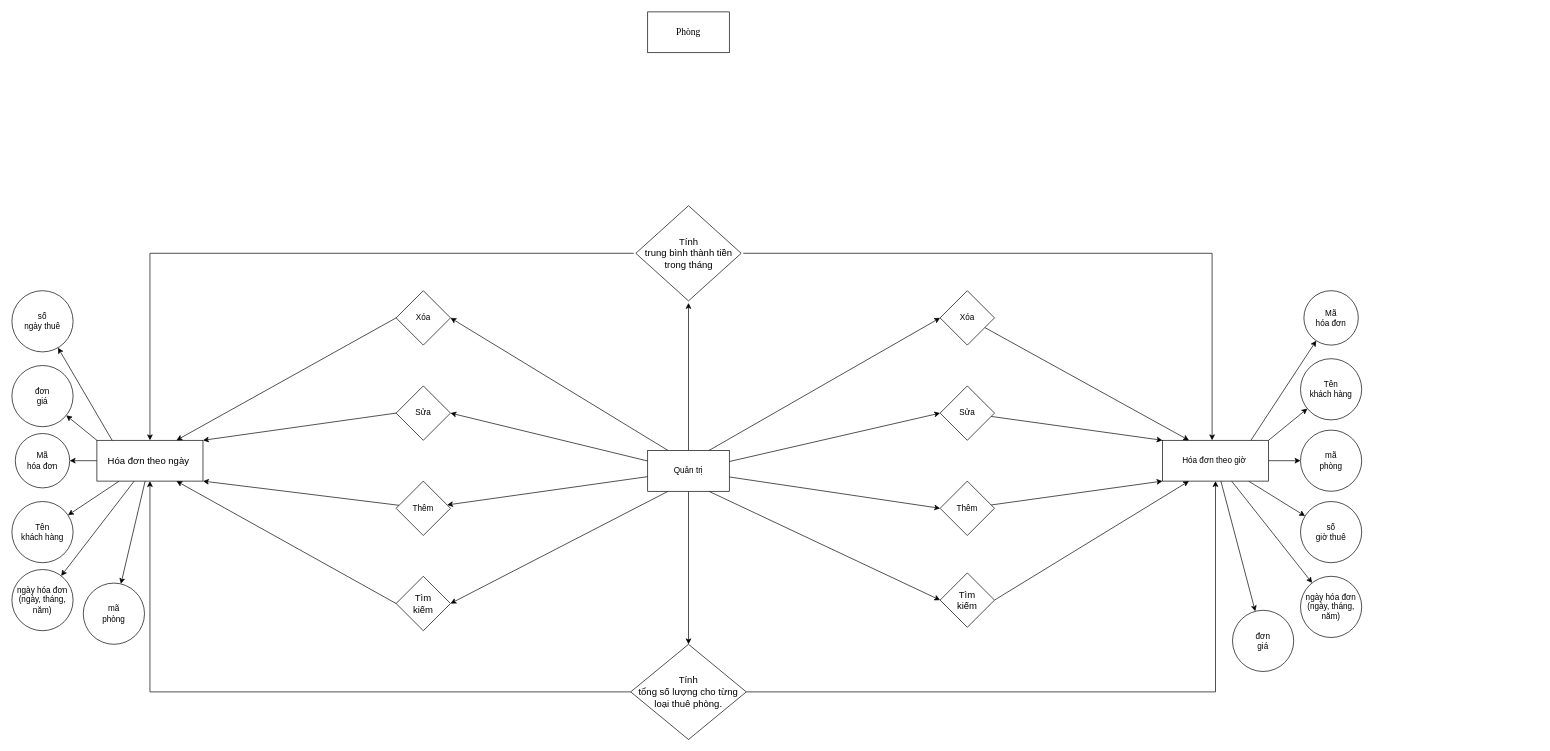
The draw.io diagram page "Page-1" (1 of 2) of Phan-tich-yeu-cau/erd.drawio in longvo00221/quan-ly-khach-san, before the edit. Source tidied: cells renumbered, new cells numbered last; positions are measured from the earlier drawing's top-left corner, leaving out a move shared by most shapes. Both pictures are drawn from the tidied source at 68%, with x=0, y=0 at pixel (12, 12).
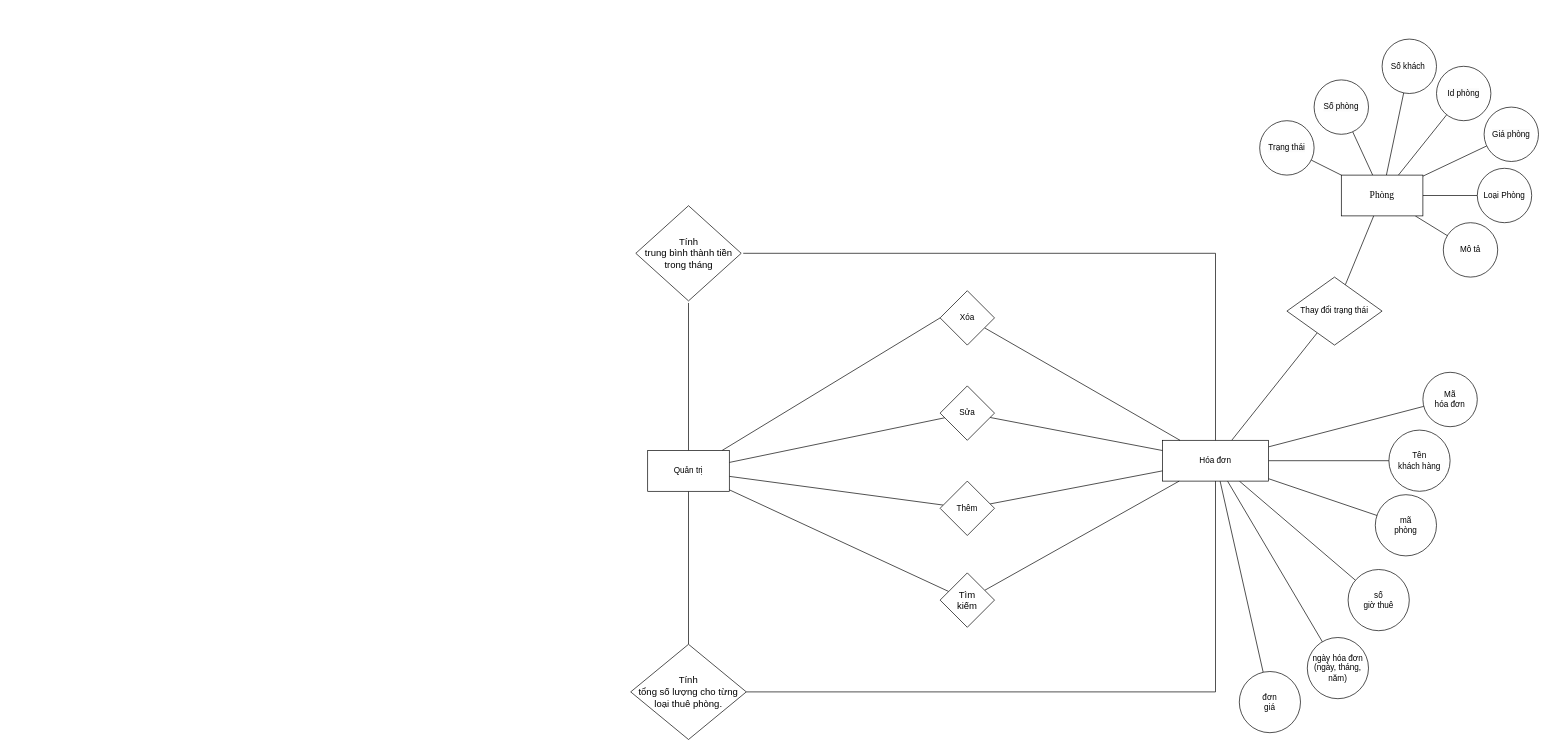
After the change.

Unchanged cells that the change refers to:
```xml
<mxCell id="38" value="Quản trị" style="rounded=0;whiteSpace=wrap;html=1;" parent="1" vertex="1">
  <mxGeometry x="935" y="645" width="120" height="60" as="geometry" />
</mxCell>
<mxCell id="49" value="&lt;font style=&quot;font-size: 14px;&quot;&gt;Tính&lt;br&gt;tổng số lượng cho từng loại thuê phòng.&lt;/font&gt;" style="rhombus;whiteSpace=wrap;html=1;" parent="1" vertex="1">
  <mxGeometry x="910" y="930" width="170" height="140" as="geometry" />
</mxCell>
<mxCell id="51" value="Thêm" style="rhombus;whiteSpace=wrap;html=1;" parent="1" vertex="1">
  <mxGeometry x="1365" y="690" width="80" height="80" as="geometry" />
</mxCell>
<mxCell id="53" value="Xóa" style="rhombus;whiteSpace=wrap;html=1;" parent="1" vertex="1">
  <mxGeometry x="1365" y="410" width="80" height="80" as="geometry" />
</mxCell>
<mxCell id="55" value="Sửa" style="rhombus;whiteSpace=wrap;html=1;" parent="1" vertex="1">
  <mxGeometry x="1365" y="550" width="80" height="80" as="geometry" />
</mxCell>
<mxCell id="57" value="&lt;font style=&quot;font-size: 14px;&quot;&gt;Tìm&lt;br&gt;kiếm&lt;/font&gt;" style="rhombus;whiteSpace=wrap;html=1;" parent="1" vertex="1">
  <mxGeometry x="1365" y="825" width="80" height="80" as="geometry" />
</mxCell>
<mxCell id="60" value="&lt;div style=&quot;&quot;&gt;&lt;span style=&quot;font-size: 14px; background-color: initial;&quot;&gt;Tính&lt;/span&gt;&lt;/div&gt;&lt;font style=&quot;font-size: 14px;&quot;&gt;&lt;div style=&quot;&quot;&gt;&lt;span style=&quot;background-color: initial;&quot;&gt;trung bình thành tiền trong tháng&lt;/span&gt;&lt;/div&gt;&lt;/font&gt;" style="rhombus;whiteSpace=wrap;html=1;perimeterSpacing=3;align=center;" parent="1" vertex="1">
  <mxGeometry x="917.5" y="285" width="155" height="140" as="geometry" />
</mxCell>
```

Diff of the diagram source:
```diff
@@
-    <mxCell id="2" style="rounded=0;jettySize=auto;html=1;" parent="1" edge="1" source="8" target="10">
-      <mxGeometry relative="1" as="geometry" />
-    </mxCell>
-    <mxCell id="3" style="rounded=0;jettySize=auto;html=1;exitX=0;exitY=0;exitDx=0;exitDy=0;" parent="1" edge="1" source="8" target="13">
-      <mxGeometry relative="1" as="geometry" />
-    </mxCell>
-    <mxCell id="4" style="rounded=0;jettySize=auto;html=1;exitX=0;exitY=0.5;exitDx=0;exitDy=0;" parent="1" edge="1" source="8" target="9">
-      <mxGeometry relative="1" as="geometry" />
-    </mxCell>
-    <mxCell id="5" style="rounded=0;jettySize=auto;html=1;" parent="1" edge="1" source="8" target="11">
-      <mxGeometry relative="1" as="geometry" />
-    </mxCell>
-    <mxCell id="6" style="rounded=0;jettySize=auto;html=1;" parent="1" edge="1" source="8" target="12">
-      <mxGeometry relative="1" as="geometry" />
-    </mxCell>
-    <mxCell id="7" style="rounded=0;jettySize=auto;html=1;exitX=0.15;exitY=0.028;exitDx=0;exitDy=0;exitPerimeter=0;" parent="1" edge="1" source="8" target="26">
-      <mxGeometry relative="1" as="geometry" />
-    </mxCell>
-    <mxCell id="8" value="&lt;font style=&quot;font-size: 14px;&quot;&gt;Hóa đơn theo ngày&amp;nbsp;&lt;/font&gt;" style="rounded=0;whiteSpace=wrap;html=1;" parent="1" vertex="1">
-      <mxGeometry x="125" y="630" width="156" height="60" as="geometry" />
-    </mxCell>
-    <mxCell id="9" value="Mã&lt;br/&gt;hóa đơn" style="ellipse;whiteSpace=wrap;html=1;" parent="1" vertex="1">
-      <mxGeometry x="5" y="620" width="80" height="80" as="geometry" />
-    </mxCell>
-    <mxCell id="10" value="ngày hóa đơn (ngày, tháng, năm)" style="ellipse;whiteSpace=wrap;html=1;" parent="1" vertex="1">
-      <mxGeometry y="820" width="90" height="90" as="geometry" />
-    </mxCell>
-    <mxCell id="11" value="Tên&lt;br/&gt;khách hàng" style="ellipse;whiteSpace=wrap;html=1;" parent="1" vertex="1">
-      <mxGeometry y="720" width="90" height="90" as="geometry" />
-    </mxCell>
-    <mxCell id="12" value="mã&lt;br/&gt;phòng" style="ellipse;whiteSpace=wrap;html=1;" parent="1" vertex="1">
-      <mxGeometry x="105" y="840" width="90" height="90" as="geometry" />
-    </mxCell>
-    <mxCell id="13" value="đơn&lt;br/&gt;giá" style="ellipse;whiteSpace=wrap;html=1;" parent="1" vertex="1">
-      <mxGeometry y="520" width="90" height="90" as="geometry" />
-    </mxCell>
-    <mxCell id="14" style="rounded=0;jettySize=auto;html=1;" parent="1" edge="1" source="20" target="22">
-      <mxGeometry relative="1" as="geometry" />
-    </mxCell>
-    <mxCell id="15" style="rounded=0;jettySize=auto;html=1;" parent="1" edge="1" source="20" target="25">
-      <mxGeometry relative="1" as="geometry" />
-    </mxCell>
+    <mxCell id="62" style="edgeStyle=none;rounded=0;jettySize=auto;html=1;endArrow=none;endFill=0;" parent="1" edge="1" source="20" target="71">
+      <mxGeometry relative="1" as="geometry" />
+    </mxCell>
-    <mxCell id="16" style="rounded=0;jettySize=auto;html=1;exitX=0.827;exitY=0.028;exitDx=0;exitDy=0;exitPerimeter=0;" parent="1" edge="1" source="20" target="21">
+    <mxCell id="16" style="edgeStyle=none;rounded=0;jettySize=auto;html=1;endArrow=none;endFill=0;" parent="1" edge="1" source="20" target="21">
       <mxGeometry relative="1" as="geometry" />
     </mxCell>
-    <mxCell id="17" style="rounded=0;jettySize=auto;html=1;exitX=1;exitY=0;exitDx=0;exitDy=0;" parent="1" edge="1" source="20" target="23">
+    <mxCell id="17" style="edgeStyle=none;rounded=0;jettySize=auto;html=1;endArrow=none;endFill=0;" parent="1" edge="1" source="20" target="23">
       <mxGeometry relative="1" as="geometry" />
     </mxCell>
-    <mxCell id="18" style="rounded=0;jettySize=auto;html=1;" parent="1" edge="1" source="20" target="24">
+    <mxCell id="18" style="edgeStyle=none;rounded=0;jettySize=auto;html=1;endArrow=none;endFill=0;" parent="1" edge="1" source="20" target="24">
       <mxGeometry relative="1" as="geometry" />
     </mxCell>
-    <mxCell id="19" style="rounded=0;jettySize=auto;html=1;" parent="1" edge="1" source="20" target="27">
+    <mxCell id="19" style="edgeStyle=none;rounded=0;jettySize=auto;html=1;endArrow=none;endFill=0;" parent="1" edge="1" source="20" target="27">
       <mxGeometry relative="1" as="geometry" />
     </mxCell>
+    <mxCell id="14" style="edgeStyle=none;rounded=0;jettySize=auto;html=1;endArrow=none;endFill=0;" parent="1" edge="1" source="20" target="22">
+      <mxGeometry relative="1" as="geometry" />
+    </mxCell>
+    <mxCell id="15" style="edgeStyle=none;rounded=0;jettySize=auto;html=1;endArrow=none;endFill=0;" parent="1" edge="1" source="20" target="25">
+      <mxGeometry relative="1" as="geometry" />
+    </mxCell>
-    <mxCell id="20" value="Hóa đơn theo giờ&amp;nbsp;" style="rounded=0;whiteSpace=wrap;html=1;" parent="1" vertex="1">
+    <mxCell id="20" value="Hóa đơn" style="rounded=0;whiteSpace=wrap;html=1;" parent="1" vertex="1">
       <mxGeometry x="1692" y="630" width="156" height="60" as="geometry" />
     </mxCell>
     <mxCell id="21" value="Mã&lt;br/&gt;hóa đơn" style="ellipse;whiteSpace=wrap;html=1;" parent="1" vertex="1">
-      <mxGeometry x="1900" y="410" width="80" height="80" as="geometry" />
+      <mxGeometry x="2075" y="530" width="80" height="80" as="geometry" />
     </mxCell>
     <mxCell id="22" value="ngày hóa đơn (ngày, tháng, năm)" style="ellipse;whiteSpace=wrap;html=1;" parent="1" vertex="1">
-      <mxGeometry x="1895" y="830" width="90" height="90" as="geometry" />
+      <mxGeometry x="1905" y="920" width="90" height="90" as="geometry" />
     </mxCell>
     <mxCell id="23" value="Tên&lt;br/&gt;khách hàng" style="ellipse;whiteSpace=wrap;html=1;" parent="1" vertex="1">
-      <mxGeometry x="1895" y="510" width="90" height="90" as="geometry" />
+      <mxGeometry x="2025" y="615" width="90" height="90" as="geometry" />
     </mxCell>
     <mxCell id="24" value="mã&lt;br/&gt;phòng" style="ellipse;whiteSpace=wrap;html=1;" parent="1" vertex="1">
-      <mxGeometry x="1895" y="615" width="90" height="90" as="geometry" />
+      <mxGeometry x="2005" y="710" width="90" height="90" as="geometry" />
     </mxCell>
     <mxCell id="25" value="đơn&lt;br/&gt;giá" style="ellipse;whiteSpace=wrap;html=1;" parent="1" vertex="1">
-      <mxGeometry x="1795" y="880" width="90" height="90" as="geometry" />
+      <mxGeometry x="1805" y="970" width="90" height="90" as="geometry" />
     </mxCell>
-    <mxCell id="26" value="số&lt;br/&gt;ngày thuê" style="ellipse;whiteSpace=wrap;html=1;" parent="1" vertex="1">
-      <mxGeometry y="410" width="90" height="90" as="geometry" />
-    </mxCell>
     <mxCell id="27" value="số&lt;br style=&quot;border-color: var(--border-color);&quot;&gt;giờ thuê" style="ellipse;whiteSpace=wrap;html=1;" parent="1" vertex="1">
-      <mxGeometry x="1895" y="720" width="90" height="90" as="geometry" />
+      <mxGeometry x="1965" y="820" width="90" height="90" as="geometry" />
     </mxCell>
-    <mxCell id="28" style="rounded=0;jettySize=auto;html=1;" parent="1" edge="1" source="38" target="40">
-      <mxGeometry relative="1" as="geometry" />
-    </mxCell>
-    <mxCell id="29" style="rounded=0;jettySize=auto;html=1;entryX=1;entryY=0.5;entryDx=0;entryDy=0;" parent="1" edge="1" source="38" target="44">
-      <mxGeometry relative="1" as="geometry" />
-    </mxCell>
-    <mxCell id="30" style="rounded=0;jettySize=auto;html=1;entryX=1;entryY=0.5;entryDx=0;entryDy=0;exitX=0.25;exitY=0;exitDx=0;exitDy=0;" parent="1" edge="1" source="38" target="42">
-      <mxGeometry relative="1" as="geometry" />
-    </mxCell>
-    <mxCell id="31" style="rounded=0;jettySize=auto;html=1;entryX=1;entryY=0.5;entryDx=0;entryDy=0;exitX=0.25;exitY=1;exitDx=0;exitDy=0;" parent="1" edge="1" source="38" target="46">
-      <mxGeometry relative="1" as="geometry" />
-    </mxCell>
+    <mxCell id="37" style="edgeStyle=none;rounded=0;jettySize=auto;html=1;entryX=0.5;entryY=1;entryDx=0;entryDy=0;endArrow=none;endFill=0;" parent="1" edge="1" source="38" target="60">
+      <mxGeometry relative="1" as="geometry" />
+    </mxCell>
+    <mxCell id="36" style="edgeStyle=none;rounded=0;jettySize=auto;html=1;entryX=0.5;entryY=0;entryDx=0;entryDy=0;endArrow=none;endFill=0;" parent="1" edge="1" source="38" target="49">
+      <mxGeometry relative="1" as="geometry" />
+    </mxCell>
+    <mxCell id="34" style="rounded=0;jettySize=auto;html=1;entryX=0;entryY=0.5;entryDx=0;entryDy=0;endArrow=none;endFill=0;" parent="1" edge="1" source="38" target="53">
+      <mxGeometry relative="1" as="geometry" />
+    </mxCell>
+    <mxCell id="33" style="edgeStyle=none;rounded=0;jettySize=auto;html=1;endArrow=none;endFill=0;" parent="1" edge="1" source="38" target="55">
+      <mxGeometry relative="1" as="geometry" />
+    </mxCell>
-    <mxCell id="32" style="rounded=0;jettySize=auto;html=1;entryX=0;entryY=0.5;entryDx=0;entryDy=0;" parent="1" edge="1" source="38" target="51">
+    <mxCell id="32" style="edgeStyle=none;rounded=0;jettySize=auto;html=1;endArrow=none;endFill=0;" parent="1" edge="1" source="38" target="51">
       <mxGeometry relative="1" as="geometry" />
     </mxCell>
-    <mxCell id="33" style="rounded=0;jettySize=auto;html=1;entryX=0;entryY=0.5;entryDx=0;entryDy=0;" parent="1" edge="1" source="38" target="55">
-      <mxGeometry relative="1" as="geometry" />
-    </mxCell>
-    <mxCell id="34" style="rounded=0;jettySize=auto;html=1;entryX=0;entryY=0.5;entryDx=0;entryDy=0;exitX=0.75;exitY=0;exitDx=0;exitDy=0;" parent="1" edge="1" source="38" target="53">
-      <mxGeometry relative="1" as="geometry" />
-    </mxCell>
-    <mxCell id="35" style="rounded=0;jettySize=auto;html=1;entryX=0;entryY=0.5;entryDx=0;entryDy=0;exitX=0.75;exitY=1;exitDx=0;exitDy=0;" parent="1" edge="1" source="38" target="57">
+    <mxCell id="35" style="edgeStyle=none;rounded=0;jettySize=auto;html=1;endArrow=none;endFill=0;" parent="1" edge="1" source="38" target="57">
       <mxGeometry relative="1" as="geometry" />
     </mxCell>
-    <mxCell id="36" style="rounded=0;jettySize=auto;html=1;" parent="1" edge="1" source="38" target="49">
-      <mxGeometry relative="1" as="geometry" />
-    </mxCell>
-    <mxCell id="37" style="rounded=0;jettySize=auto;html=1;" parent="1" edge="1" source="38" target="60">
-      <mxGeometry relative="1" as="geometry" />
-    </mxCell>
@@
-    <mxCell id="39" style="rounded=0;jettySize=auto;html=1;entryX=1;entryY=1;entryDx=0;entryDy=0;" parent="1" edge="1" source="40" target="8">
-      <mxGeometry relative="1" as="geometry" />
-    </mxCell>
-    <mxCell id="40" value="Thêm" style="rhombus;whiteSpace=wrap;html=1;" parent="1" vertex="1">
-      <mxGeometry x="565" y="690" width="80" height="80" as="geometry" />
-    </mxCell>
-    <mxCell id="41" style="rounded=0;jettySize=auto;html=1;entryX=0.75;entryY=0;entryDx=0;entryDy=0;exitX=0;exitY=0.5;exitDx=0;exitDy=0;" parent="1" edge="1" source="42" target="8">
-      <mxGeometry relative="1" as="geometry" />
-    </mxCell>
-    <mxCell id="42" value="Xóa" style="rhombus;whiteSpace=wrap;html=1;" parent="1" vertex="1">
-      <mxGeometry x="565" y="410" width="80" height="80" as="geometry" />
-    </mxCell>
-    <mxCell id="43" style="rounded=0;jettySize=auto;html=1;entryX=1;entryY=0;entryDx=0;entryDy=0;exitX=0;exitY=0.5;exitDx=0;exitDy=0;" parent="1" edge="1" source="44" target="8">
-      <mxGeometry relative="1" as="geometry" />
-    </mxCell>
-    <mxCell id="44" value="Sửa" style="rhombus;whiteSpace=wrap;html=1;" parent="1" vertex="1">
-      <mxGeometry x="565" y="550" width="80" height="80" as="geometry" />
-    </mxCell>
-    <mxCell id="45" style="rounded=0;jettySize=auto;html=1;entryX=0.75;entryY=1;entryDx=0;entryDy=0;exitX=0;exitY=0.5;exitDx=0;exitDy=0;" parent="1" edge="1" source="46" target="8">
-      <mxGeometry relative="1" as="geometry" />
-    </mxCell>
-    <mxCell id="46" value="&lt;font style=&quot;font-size: 14px;&quot;&gt;Tìm&lt;br&gt;kiếm&lt;/font&gt;" style="rhombus;whiteSpace=wrap;html=1;" parent="1" vertex="1">
-      <mxGeometry x="565" y="830" width="80" height="80" as="geometry" />
-    </mxCell>
-    <mxCell id="47" style="edgeStyle=orthogonalEdgeStyle;rounded=0;jettySize=auto;html=1;entryX=0.5;entryY=1;entryDx=0;entryDy=0;" parent="1" edge="1" source="49" target="20">
+    <mxCell id="47" style="edgeStyle=orthogonalEdgeStyle;rounded=0;jettySize=auto;html=1;endArrow=none;endFill=0;" parent="1" edge="1" source="49" target="20">
       <mxGeometry relative="1" as="geometry" />
     </mxCell>
-    <mxCell id="48" style="edgeStyle=orthogonalEdgeStyle;rounded=0;jettySize=auto;html=1;entryX=0.5;entryY=1;entryDx=0;entryDy=0;" parent="1" edge="1" source="49" target="8">
-      <mxGeometry relative="1" as="geometry" />
-    </mxCell>
@@
-    <mxCell id="50" style="rounded=0;jettySize=auto;html=1;entryX=0;entryY=1;entryDx=0;entryDy=0;" parent="1" edge="1" source="51" target="20">
+    <mxCell id="50" style="edgeStyle=none;rounded=0;jettySize=auto;html=1;endArrow=none;endFill=0;" parent="1" edge="1" source="51" target="20">
       <mxGeometry relative="1" as="geometry" />
     </mxCell>
@@
-    <mxCell id="52" style="rounded=0;jettySize=auto;html=1;entryX=0.25;entryY=0;entryDx=0;entryDy=0;" parent="1" edge="1" source="53" target="20">
+    <mxCell id="52" style="edgeStyle=none;rounded=0;jettySize=auto;html=1;endArrow=none;endFill=0;" parent="1" edge="1" source="53" target="20">
       <mxGeometry relative="1" as="geometry" />
     </mxCell>
@@
-    <mxCell id="54" style="rounded=0;jettySize=auto;html=1;entryX=0;entryY=0;entryDx=0;entryDy=0;" parent="1" edge="1" source="55" target="20">
+    <mxCell id="54" style="edgeStyle=none;rounded=0;jettySize=auto;html=1;endArrow=none;endFill=0;" parent="1" edge="1" source="55" target="20">
       <mxGeometry relative="1" as="geometry" />
     </mxCell>
@@
-    <mxCell id="56" style="rounded=0;jettySize=auto;html=1;entryX=0.25;entryY=1;entryDx=0;entryDy=0;exitX=1;exitY=0.5;exitDx=0;exitDy=0;" parent="1" edge="1" source="57" target="20">
+    <mxCell id="56" style="edgeStyle=none;rounded=0;jettySize=auto;html=1;endArrow=none;endFill=0;" parent="1" edge="1" source="57" target="20">
       <mxGeometry relative="1" as="geometry" />
     </mxCell>
@@
-    <mxCell id="58" style="edgeStyle=orthogonalEdgeStyle;rounded=0;jettySize=auto;html=1;entryX=0.468;entryY=0;entryDx=0;entryDy=0;entryPerimeter=0;" parent="1" edge="1" source="60" target="20">
+    <mxCell id="58" style="edgeStyle=orthogonalEdgeStyle;rounded=0;jettySize=auto;html=1;entryX=0.5;entryY=0;entryDx=0;entryDy=0;endArrow=none;endFill=0;" parent="1" edge="1" source="60" target="20">
       <mxGeometry relative="1" as="geometry" />
     </mxCell>
-    <mxCell id="59" style="edgeStyle=orthogonalEdgeStyle;rounded=0;jettySize=auto;html=1;entryX=0.5;entryY=0;entryDx=0;entryDy=0;" parent="1" edge="1" source="60" target="8">
-      <mxGeometry relative="1" as="geometry" />
-    </mxCell>
@@
+    <mxCell id="63" style="edgeStyle=none;rounded=0;jettySize=auto;html=1;endArrow=none;endFill=0;" parent="1" edge="1" source="61" target="75">
+      <mxGeometry relative="1" as="geometry" />
+    </mxCell>
+    <mxCell id="64" style="edgeStyle=none;rounded=0;jettySize=auto;html=1;endArrow=none;endFill=0;" parent="1" edge="1" source="61" target="74">
+      <mxGeometry relative="1" as="geometry" />
+    </mxCell>
+    <mxCell id="65" style="edgeStyle=none;rounded=0;jettySize=auto;html=1;endArrow=none;endFill=0;" parent="1" edge="1" source="61" target="76">
+      <mxGeometry relative="1" as="geometry" />
+    </mxCell>
+    <mxCell id="66" style="edgeStyle=none;rounded=0;jettySize=auto;html=1;endArrow=none;endFill=0;" parent="1" edge="1" source="61" target="72">
+      <mxGeometry relative="1" as="geometry" />
+    </mxCell>
+    <mxCell id="67" style="edgeStyle=none;rounded=0;jettySize=auto;html=1;endArrow=none;endFill=0;" parent="1" edge="1" source="61" target="73">
+      <mxGeometry relative="1" as="geometry" />
+    </mxCell>
+    <mxCell id="68" style="edgeStyle=none;rounded=0;jettySize=auto;html=1;endArrow=none;endFill=0;" parent="1" edge="1" source="61" target="77">
+      <mxGeometry relative="1" as="geometry" />
+    </mxCell>
+    <mxCell id="69" style="edgeStyle=none;rounded=0;jettySize=auto;html=1;endArrow=none;endFill=0;" parent="1" edge="1" source="61" target="78">
+      <mxGeometry relative="1" as="geometry" />
+    </mxCell>
     <mxCell id="61" value="&lt;span style=&quot;font-family: &amp;quot;Times New Roman&amp;quot;, serif;&quot;&gt;&lt;font style=&quot;font-size: 14px;&quot;&gt;Phòng&lt;/font&gt;&lt;/span&gt;" style="rounded=0;whiteSpace=wrap;html=1;" parent="1" vertex="1">
-      <mxGeometry x="935" width="120" height="60" as="geometry" />
+      <mxGeometry x="1955" y="240" width="120" height="60" as="geometry" />
     </mxCell>
+    <mxCell id="70" style="rounded=0;jettySize=auto;html=1;endArrow=none;endFill=0;" parent="1" edge="1" source="71" target="61">
+      <mxGeometry relative="1" as="geometry" />
+    </mxCell>
+    <mxCell id="71" value="Thay đổi trạng thái" style="rhombus;whiteSpace=wrap;html=1;" parent="1" vertex="1">
+      <mxGeometry x="1875" y="390" width="140" height="100" as="geometry" />
+    </mxCell>
+    <mxCell id="72" value="&lt;span style=&quot;color: rgb(0, 0, 0); font-family: Helvetica; font-size: 12px; font-style: normal; font-variant-ligatures: normal; font-variant-caps: normal; font-weight: 400; letter-spacing: normal; orphans: 2; text-align: left; text-indent: 0px; text-transform: none; widows: 2; word-spacing: 0px; -webkit-text-stroke-width: 0px; background-color: rgb(251, 251, 251); text-decoration-thickness: initial; text-decoration-style: initial; text-decoration-color: initial; float: none; display: inline !important;&quot;&gt;Id phòng&lt;/span&gt;" style="ellipse;whiteSpace=wrap;html=1;" parent="1" vertex="1">
+      <mxGeometry x="2095" y="80" width="80" height="80" as="geometry" />
+    </mxCell>
+    <mxCell id="73" value="&lt;span style=&quot;color: rgb(0, 0, 0); font-family: Helvetica; font-size: 12px; font-style: normal; font-variant-ligatures: normal; font-variant-caps: normal; font-weight: 400; letter-spacing: normal; orphans: 2; text-align: left; text-indent: 0px; text-transform: none; widows: 2; word-spacing: 0px; -webkit-text-stroke-width: 0px; background-color: rgb(251, 251, 251); text-decoration-thickness: initial; text-decoration-style: initial; text-decoration-color: initial; float: none; display: inline !important;&quot;&gt;Giá phòng&lt;/span&gt;" style="ellipse;whiteSpace=wrap;html=1;" parent="1" vertex="1">
+      <mxGeometry x="2165" y="140" width="80" height="80" as="geometry" />
+    </mxCell>
+    <mxCell id="74" value="&lt;span style=&quot;color: rgb(0, 0, 0); font-family: Helvetica; font-size: 12px; font-style: normal; font-variant-ligatures: normal; font-variant-caps: normal; font-weight: 400; letter-spacing: normal; orphans: 2; text-align: left; text-indent: 0px; text-transform: none; widows: 2; word-spacing: 0px; -webkit-text-stroke-width: 0px; background-color: rgb(251, 251, 251); text-decoration-thickness: initial; text-decoration-style: initial; text-decoration-color: initial; float: none; display: inline !important;&quot;&gt;Số phòng&lt;/span&gt;" style="ellipse;whiteSpace=wrap;html=1;" parent="1" vertex="1">
+      <mxGeometry x="1915" y="100" width="80" height="80" as="geometry" />
+    </mxCell>
+    <mxCell id="75" value="&lt;span style=&quot;color: rgb(0, 0, 0); font-family: Helvetica; font-size: 12px; font-style: normal; font-variant-ligatures: normal; font-variant-caps: normal; font-weight: 400; letter-spacing: normal; orphans: 2; text-align: left; text-indent: 0px; text-transform: none; widows: 2; word-spacing: 0px; -webkit-text-stroke-width: 0px; background-color: rgb(251, 251, 251); text-decoration-thickness: initial; text-decoration-style: initial; text-decoration-color: initial; float: none; display: inline !important;&quot;&gt;Trạng thái&lt;/span&gt;" style="ellipse;whiteSpace=wrap;html=1;" parent="1" vertex="1">
+      <mxGeometry x="1835" y="160" width="80" height="80" as="geometry" />
+    </mxCell>
+    <mxCell id="76" value="Số khách&amp;nbsp;" style="ellipse;whiteSpace=wrap;html=1;" parent="1" vertex="1">
+      <mxGeometry x="2015" y="40" width="80" height="80" as="geometry" />
+    </mxCell>
+    <mxCell id="77" value="Loại Phòng" style="ellipse;whiteSpace=wrap;html=1;" parent="1" vertex="1">
+      <mxGeometry x="2155" y="230" width="80" height="80" as="geometry" />
+    </mxCell>
+    <mxCell id="78" value="Mô tả" style="ellipse;whiteSpace=wrap;html=1;" parent="1" vertex="1">
+      <mxGeometry x="2105" y="310" width="80" height="80" as="geometry" />
+    </mxCell>
```
